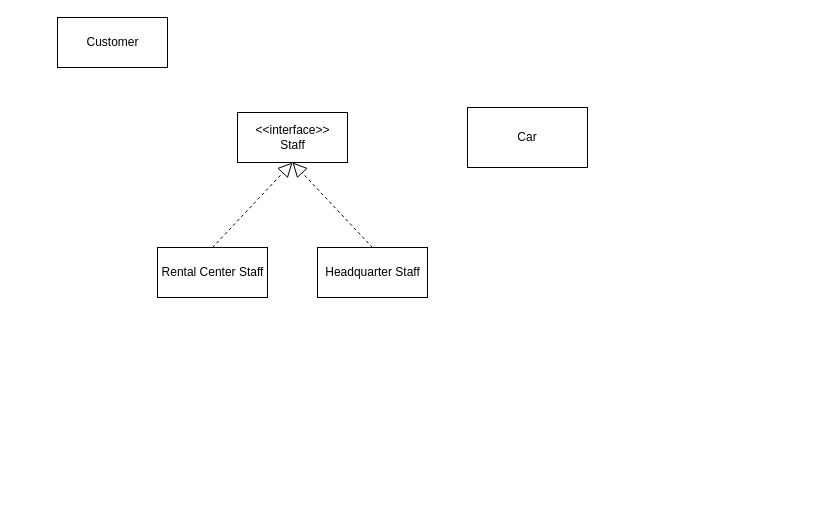
Before: Car ClassDiagram.drawio in tlfzgjadyd/SoftwareEngineering, a draw.io diagram. Source tidied: cells renumbered, new cells numbered last; positions are measured from the earlier drawing's top-left corner, leaving out a move shared by most shapes. Both pictures are drawn from the tidied source at 100%, with x=0, y=0 at pixel (57, 17).
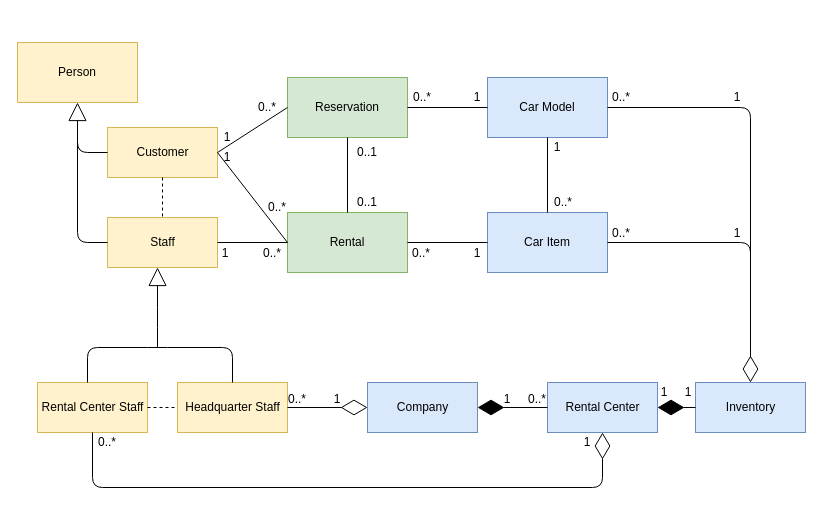
Above is the later version.

What changed in the source:
```diff
@@
+    <mxCell id="9" value="1" style="text;html=1;strokeColor=none;fillColor=none;align=center;verticalAlign=middle;whiteSpace=wrap;rounded=0;" parent="1" vertex="1">
+      <mxGeometry x="611" y="365" width="40" height="20" as="geometry" />
+    </mxCell>
-    <mxCell id="2" value="&amp;lt;&amp;lt;interface&amp;gt;&amp;gt;&lt;br&gt;Staff" style="html=1;" parent="1" vertex="1">
-      <mxGeometry x="180" y="95" width="110" height="50" as="geometry" />
+    <mxCell id="2" value="Staff" style="html=1;fillColor=#fff2cc;strokeColor=#d6b656;" parent="1" vertex="1">
+      <mxGeometry x="50" y="200" width="110" height="50" as="geometry" />
     </mxCell>
-    <mxCell id="3" value="Customer" style="html=1;" parent="1" vertex="1">
-      <mxGeometry width="110" height="50" as="geometry" />
+    <mxCell id="3" value="Customer" style="html=1;fillColor=#fff2cc;strokeColor=#d6b656;" parent="1" vertex="1">
+      <mxGeometry x="50" y="110" width="110" height="50" as="geometry" />
     </mxCell>
-    <mxCell id="4" value="Car" style="rounded=0;whiteSpace=wrap;html=1;" parent="1" vertex="1">
-      <mxGeometry x="410" y="90" width="120" height="60" as="geometry" />
+    <mxCell id="4" value="Rental" style="rounded=0;whiteSpace=wrap;html=1;fillColor=#d5e8d4;strokeColor=#82b366;" parent="1" vertex="1">
+      <mxGeometry x="230" y="195" width="120" height="60" as="geometry" />
     </mxCell>
-    <mxCell id="5" value="Rental Center Staff" style="html=1;" parent="1" vertex="1">
-      <mxGeometry x="100" y="230" width="110" height="50" as="geometry" />
+    <mxCell id="5" value="Rental Center Staff" style="html=1;fillColor=#fff2cc;strokeColor=#d6b656;" parent="1" vertex="1">
+      <mxGeometry x="-20" y="365" width="110" height="50" as="geometry" />
     </mxCell>
-    <mxCell id="6" value="Headquarter Staff" style="html=1;" parent="1" vertex="1">
-      <mxGeometry x="260" y="230" width="110" height="50" as="geometry" />
+    <mxCell id="6" value="Headquarter Staff" style="html=1;fillColor=#fff2cc;strokeColor=#d6b656;" parent="1" vertex="1">
+      <mxGeometry x="120" y="365" width="110" height="50" as="geometry" />
     </mxCell>
-    <mxCell id="7" style="endArrow=block;dashed=1;endFill=0;endSize=12;html=1;exitX=0.5;exitY=0;exitDx=0;exitDy=0;entryX=0.5;entryY=1;entryDx=0;entryDy=0;" parent="1" edge="1" source="6" target="2">
-      <mxGeometry relative="1" as="geometry" />
-    </mxCell>
-    <mxCell id="8" style="endArrow=block;dashed=1;endFill=0;endSize=12;html=1;exitX=0.5;exitY=0;exitDx=0;exitDy=0;entryX=0.5;entryY=1;entryDx=0;entryDy=0;" parent="1" edge="1" source="5" target="2">
-      <mxGeometry relative="1" as="geometry" />
-    </mxCell>
+    <mxCell id="10" value="Person" style="rounded=0;whiteSpace=wrap;html=1;fillColor=#fff2cc;strokeColor=#d6b656;" parent="1" vertex="1">
+      <mxGeometry x="-40" y="25" width="120" height="60" as="geometry" />
+    </mxCell>
+    <mxCell id="11" value="Car Model" style="rounded=0;whiteSpace=wrap;html=1;fillColor=#dae8fc;strokeColor=#6c8ebf;" parent="1" vertex="1">
+      <mxGeometry x="430" y="60" width="120" height="60" as="geometry" />
+    </mxCell>
+    <mxCell id="12" value="Car Item" style="rounded=0;whiteSpace=wrap;html=1;fillColor=#dae8fc;strokeColor=#6c8ebf;" parent="1" vertex="1">
+      <mxGeometry x="430" y="195" width="120" height="60" as="geometry" />
+    </mxCell>
+    <mxCell id="13" value="Reservation" style="rounded=0;whiteSpace=wrap;html=1;fillColor=#d5e8d4;strokeColor=#82b366;" parent="1" vertex="1">
+      <mxGeometry x="230" y="60" width="120" height="60" as="geometry" />
+    </mxCell>
+    <mxCell id="14" style="endArrow=block;endSize=16;endFill=0;html=1;exitX=0;exitY=0.5;exitDx=0;exitDy=0;entryX=0.5;entryY=1;entryDx=0;entryDy=0;" parent="1" edge="1" source="3" target="10">
+      <mxGeometry x="-0.62" y="74" relative="1" as="geometry">
+        <Array as="points">
+          <mxPoint x="20" y="135" />
+        </Array>
+      </mxGeometry>
+    </mxCell>
+    <mxCell id="15" value="Company" style="html=1;fillColor=#dae8fc;strokeColor=#6c8ebf;" parent="1" vertex="1">
+      <mxGeometry x="310" y="365" width="110" height="50" as="geometry" />
+    </mxCell>
+    <mxCell id="16" value="Rental Center" style="html=1;fillColor=#dae8fc;strokeColor=#6c8ebf;" parent="1" vertex="1">
+      <mxGeometry x="490" y="365" width="110" height="50" as="geometry" />
+    </mxCell>
+    <mxCell id="17" value="Inventory" style="html=1;fillColor=#dae8fc;strokeColor=#6c8ebf;" parent="1" vertex="1">
+      <mxGeometry x="638" y="365" width="110" height="50" as="geometry" />
+    </mxCell>
+    <mxCell id="18" style="endArrow=none;endFill=0;endSize=12;html=1;entryX=0;entryY=0.5;entryDx=0;entryDy=0;" parent="1" edge="1" target="2">
+      <mxGeometry relative="1" as="geometry">
+        <mxPoint x="20" y="110" as="sourcePoint" />
+        <Array as="points">
+          <mxPoint x="20" y="225" />
+        </Array>
+      </mxGeometry>
+    </mxCell>
+    <mxCell id="19" style="endArrow=none;html=1;exitX=1;exitY=0.5;exitDx=0;exitDy=0;startArrow=none;startFill=0;" parent="1" edge="1" source="11">
+      <mxGeometry relative="1" as="geometry">
+        <mxPoint x="693" y="340" as="targetPoint" />
+        <Array as="points">
+          <mxPoint x="693" y="90" />
+        </Array>
+      </mxGeometry>
+    </mxCell>
+    <mxCell id="20" style="endArrow=block;endSize=16;endFill=0;html=1;entryX=0.5;entryY=1;entryDx=0;entryDy=0;" parent="1" edge="1">
+      <mxGeometry x="-0.62" y="74" relative="1" as="geometry">
+        <mxPoint x="100" y="330" as="sourcePoint" />
+        <mxPoint x="100" y="250" as="targetPoint" />
+        <Array as="points">
+          <mxPoint x="100" y="300" />
+        </Array>
+      </mxGeometry>
+    </mxCell>
+    <mxCell id="21" style="endArrow=none;html=1;entryX=0.5;entryY=0;entryDx=0;entryDy=0;" parent="1" edge="1" target="6">
+      <mxGeometry relative="1" as="geometry">
+        <mxPoint x="30" y="365" as="sourcePoint" />
+        <Array as="points">
+          <mxPoint x="30" y="330" />
+          <mxPoint x="100" y="330" />
+          <mxPoint x="175" y="330" />
+        </Array>
+      </mxGeometry>
+    </mxCell>
+    <mxCell id="22" style="endArrow=none;html=1;exitX=1;exitY=0.5;exitDx=0;exitDy=0;entryX=0;entryY=0.5;entryDx=0;entryDy=0;" parent="1" edge="1" source="2" target="4">
+      <mxGeometry relative="1" as="geometry" />
+    </mxCell>
+    <mxCell id="23" style="endArrow=none;html=1;exitX=1;exitY=0.5;exitDx=0;exitDy=0;entryX=0;entryY=0.5;entryDx=0;entryDy=0;" parent="1" edge="1" source="3" target="13">
+      <mxGeometry relative="1" as="geometry" />
+    </mxCell>
+    <mxCell id="24" style="endArrow=none;html=1;exitX=1;exitY=0.5;exitDx=0;exitDy=0;entryX=0;entryY=0.5;entryDx=0;entryDy=0;" parent="1" edge="1" source="3" target="4">
+      <mxGeometry relative="1" as="geometry" />
+    </mxCell>
+    <mxCell id="25" style="endArrow=none;html=1;exitX=0.5;exitY=1;exitDx=0;exitDy=0;" parent="1" edge="1" source="13" target="4">
+      <mxGeometry relative="1" as="geometry" />
+    </mxCell>
+    <mxCell id="26" style="endArrow=none;html=1;entryX=0;entryY=0.5;entryDx=0;entryDy=0;" parent="1" edge="1" source="13" target="11">
+      <mxGeometry relative="1" as="geometry" />
+    </mxCell>
+    <mxCell id="27" style="endArrow=none;html=1;entryX=0;entryY=0.5;entryDx=0;entryDy=0;exitX=1;exitY=0.5;exitDx=0;exitDy=0;" parent="1" edge="1" source="4" target="12">
+      <mxGeometry relative="1" as="geometry" />
+    </mxCell>
+    <mxCell id="28" style="endArrow=none;html=1;exitX=0.5;exitY=1;exitDx=0;exitDy=0;" parent="1" edge="1" source="11" target="12">
+      <mxGeometry relative="1" as="geometry" />
+    </mxCell>
+    <mxCell id="29" value="1" style="text;html=1;strokeColor=none;fillColor=none;align=center;verticalAlign=middle;whiteSpace=wrap;rounded=0;" parent="1" vertex="1">
+      <mxGeometry x="150" y="110" width="40" height="20" as="geometry" />
+    </mxCell>
+    <mxCell id="30" value="1" style="text;html=1;strokeColor=none;fillColor=none;align=center;verticalAlign=middle;whiteSpace=wrap;rounded=0;" parent="1" vertex="1">
+      <mxGeometry x="150" y="130" width="40" height="20" as="geometry" />
+    </mxCell>
+    <mxCell id="31" value="1" style="text;html=1;strokeColor=none;fillColor=none;align=center;verticalAlign=middle;whiteSpace=wrap;rounded=0;" parent="1" vertex="1">
+      <mxGeometry x="148" y="226" width="40" height="20" as="geometry" />
+    </mxCell>
+    <mxCell id="32" value="1" style="text;html=1;strokeColor=none;fillColor=none;align=center;verticalAlign=middle;whiteSpace=wrap;rounded=0;" parent="1" vertex="1">
+      <mxGeometry x="400" y="70" width="40" height="20" as="geometry" />
+    </mxCell>
+    <mxCell id="33" value="1" style="text;html=1;strokeColor=none;fillColor=none;align=center;verticalAlign=middle;whiteSpace=wrap;rounded=0;" parent="1" vertex="1">
+      <mxGeometry x="400" y="226" width="40" height="20" as="geometry" />
+    </mxCell>
+    <mxCell id="34" value="1" style="text;html=1;strokeColor=none;fillColor=none;align=center;verticalAlign=middle;whiteSpace=wrap;rounded=0;" parent="1" vertex="1">
+      <mxGeometry x="480" y="120" width="40" height="20" as="geometry" />
+    </mxCell>
+    <mxCell id="35" value="1" style="text;html=1;strokeColor=none;fillColor=none;align=center;verticalAlign=middle;whiteSpace=wrap;rounded=0;" parent="1" vertex="1">
+      <mxGeometry x="587" y="365" width="40" height="20" as="geometry" />
+    </mxCell>
+    <mxCell id="36" value="0..*" style="text;html=1;strokeColor=none;fillColor=none;align=center;verticalAlign=middle;whiteSpace=wrap;rounded=0;" parent="1" vertex="1">
+      <mxGeometry x="190" y="80" width="40" height="20" as="geometry" />
+    </mxCell>
+    <mxCell id="37" value="0..*" style="text;html=1;strokeColor=none;fillColor=none;align=center;verticalAlign=middle;whiteSpace=wrap;rounded=0;" parent="1" vertex="1">
+      <mxGeometry x="200" y="180" width="40" height="20" as="geometry" />
+    </mxCell>
+    <mxCell id="38" value="0..*" style="text;html=1;strokeColor=none;fillColor=none;align=center;verticalAlign=middle;whiteSpace=wrap;rounded=0;" parent="1" vertex="1">
+      <mxGeometry x="195" y="226" width="40" height="20" as="geometry" />
+    </mxCell>
+    <mxCell id="39" value="0..*" style="text;html=1;strokeColor=none;fillColor=none;align=center;verticalAlign=middle;whiteSpace=wrap;rounded=0;" parent="1" vertex="1">
+      <mxGeometry x="345" y="70" width="40" height="20" as="geometry" />
+    </mxCell>
+    <mxCell id="40" value="0..*" style="text;html=1;strokeColor=none;fillColor=none;align=center;verticalAlign=middle;whiteSpace=wrap;rounded=0;" parent="1" vertex="1">
+      <mxGeometry x="344" y="226" width="40" height="20" as="geometry" />
+    </mxCell>
+    <mxCell id="41" value="0..*" style="text;html=1;strokeColor=none;fillColor=none;align=center;verticalAlign=middle;whiteSpace=wrap;rounded=0;" parent="1" vertex="1">
+      <mxGeometry x="486" y="175" width="40" height="20" as="geometry" />
+    </mxCell>
+    <mxCell id="42" value="0..1" style="text;html=1;strokeColor=none;fillColor=none;align=center;verticalAlign=middle;whiteSpace=wrap;rounded=0;" parent="1" vertex="1">
+      <mxGeometry x="290" y="125" width="40" height="20" as="geometry" />
+    </mxCell>
+    <mxCell id="43" value="0..1" style="text;html=1;strokeColor=none;fillColor=none;align=center;verticalAlign=middle;whiteSpace=wrap;rounded=0;" parent="1" vertex="1">
+      <mxGeometry x="290" y="175" width="40" height="20" as="geometry" />
+    </mxCell>
+    <mxCell id="44" value="0..*" style="text;html=1;strokeColor=none;fillColor=none;align=center;verticalAlign=middle;whiteSpace=wrap;rounded=0;" parent="1" vertex="1">
+      <mxGeometry x="460" y="372" width="40" height="20" as="geometry" />
+    </mxCell>
+    <mxCell id="45" value="1" style="text;html=1;strokeColor=none;fillColor=none;align=center;verticalAlign=middle;whiteSpace=wrap;rounded=0;" parent="1" vertex="1">
+      <mxGeometry x="430" y="372" width="40" height="20" as="geometry" />
+    </mxCell>
+    <mxCell id="46" style="endArrow=diamondThin;endFill=1;endSize=24;html=1;" parent="1" edge="1" source="17" target="16">
+      <mxGeometry relative="1" as="geometry" />
+    </mxCell>
+    <mxCell id="47" style="endArrow=diamondThin;endFill=0;endSize=24;html=1;exitX=1;exitY=0.5;exitDx=0;exitDy=0;entryX=0.5;entryY=0;entryDx=0;entryDy=0;" parent="1" edge="1" source="12" target="17">
+      <mxGeometry relative="1" as="geometry">
+        <Array as="points">
+          <mxPoint x="693" y="225" />
+        </Array>
+      </mxGeometry>
+    </mxCell>
+    <mxCell id="48" style="endArrow=diamondThin;endFill=0;endSize=24;html=1;exitX=0.5;exitY=1;exitDx=0;exitDy=0;entryX=0.5;entryY=1;entryDx=0;entryDy=0;" parent="1" edge="1" source="5" target="16">
+      <mxGeometry relative="1" as="geometry">
+        <Array as="points">
+          <mxPoint x="35" y="470" />
+          <mxPoint x="545" y="470" />
+        </Array>
+      </mxGeometry>
+    </mxCell>
+    <mxCell id="49" style="endArrow=diamondThin;endFill=0;endSize=24;html=1;exitX=1;exitY=0.5;exitDx=0;exitDy=0;entryX=0;entryY=0.5;entryDx=0;entryDy=0;" parent="1" edge="1" source="6" target="15">
+      <mxGeometry relative="1" as="geometry" />
+    </mxCell>
+    <mxCell id="50" value="1" style="text;html=1;strokeColor=none;fillColor=none;align=center;verticalAlign=middle;whiteSpace=wrap;rounded=0;" parent="1" vertex="1">
+      <mxGeometry x="260" y="372" width="40" height="20" as="geometry" />
+    </mxCell>
+    <mxCell id="51" value="0..*" style="text;html=1;strokeColor=none;fillColor=none;align=center;verticalAlign=middle;whiteSpace=wrap;rounded=0;" parent="1" vertex="1">
+      <mxGeometry x="220" y="372" width="40" height="20" as="geometry" />
+    </mxCell>
+    <mxCell id="52" value="1" style="text;html=1;strokeColor=none;fillColor=none;align=center;verticalAlign=middle;whiteSpace=wrap;rounded=0;" parent="1" vertex="1">
+      <mxGeometry x="510" y="415" width="40" height="20" as="geometry" />
+    </mxCell>
+    <mxCell id="53" value="0..*" style="text;html=1;strokeColor=none;fillColor=none;align=center;verticalAlign=middle;whiteSpace=wrap;rounded=0;" parent="1" vertex="1">
+      <mxGeometry x="30" y="415" width="40" height="20" as="geometry" />
+    </mxCell>
+    <mxCell id="54" style="endArrow=diamondThin;endFill=1;endSize=24;html=1;exitX=0;exitY=0.5;exitDx=0;exitDy=0;" parent="1" edge="1" source="16" target="15">
+      <mxGeometry relative="1" as="geometry" />
+    </mxCell>
+    <mxCell id="55" value="1" style="text;html=1;strokeColor=none;fillColor=none;align=center;verticalAlign=middle;whiteSpace=wrap;rounded=0;" parent="1" vertex="1">
+      <mxGeometry x="660" y="206" width="40" height="20" as="geometry" />
+    </mxCell>
+    <mxCell id="56" value="0..*" style="text;html=1;strokeColor=none;fillColor=none;align=center;verticalAlign=middle;whiteSpace=wrap;rounded=0;" parent="1" vertex="1">
+      <mxGeometry x="544" y="206" width="40" height="20" as="geometry" />
+    </mxCell>
+    <mxCell id="57" value="1" style="text;html=1;strokeColor=none;fillColor=none;align=center;verticalAlign=middle;whiteSpace=wrap;rounded=0;" parent="1" vertex="1">
+      <mxGeometry x="660" y="70" width="40" height="20" as="geometry" />
+    </mxCell>
+    <mxCell id="58" value="0..*" style="text;html=1;strokeColor=none;fillColor=none;align=center;verticalAlign=middle;whiteSpace=wrap;rounded=0;" parent="1" vertex="1">
+      <mxGeometry x="544" y="70" width="40" height="20" as="geometry" />
+    </mxCell>
+    <mxCell id="59" style="endArrow=none;endSize=12;dashed=1;html=1;exitX=0.5;exitY=1;exitDx=0;exitDy=0;endFill=0;" parent="1" edge="1" source="3" target="2">
+      <mxGeometry relative="1" as="geometry" />
+    </mxCell>
+    <mxCell id="60" style="endArrow=none;endSize=12;dashed=1;html=1;endFill=0;entryX=0;entryY=0.5;entryDx=0;entryDy=0;" parent="1" edge="1" source="5" target="6">
+      <mxGeometry relative="1" as="geometry" />
+    </mxCell>
```
